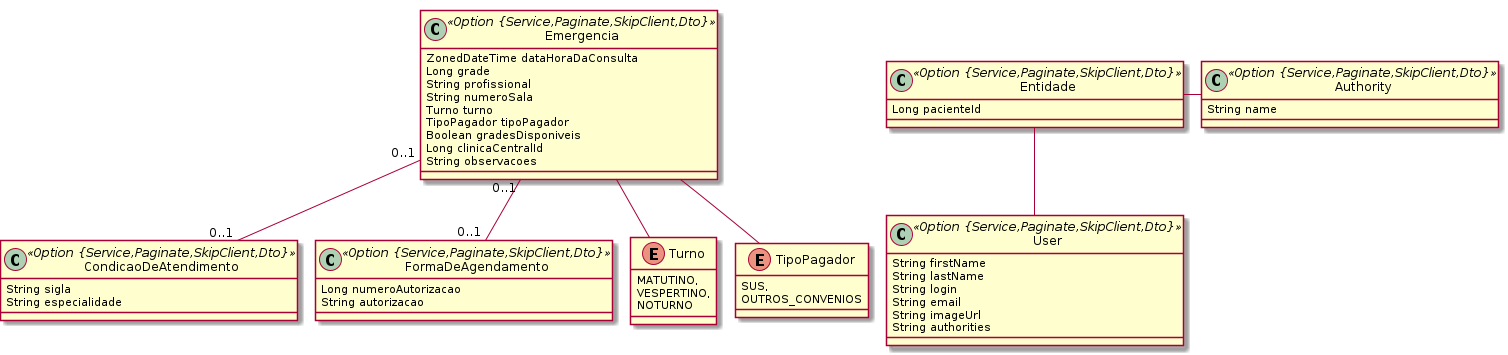
Before: consulta/emergencia.png, a diagram exported from PlantUML (BasisTI/madre).
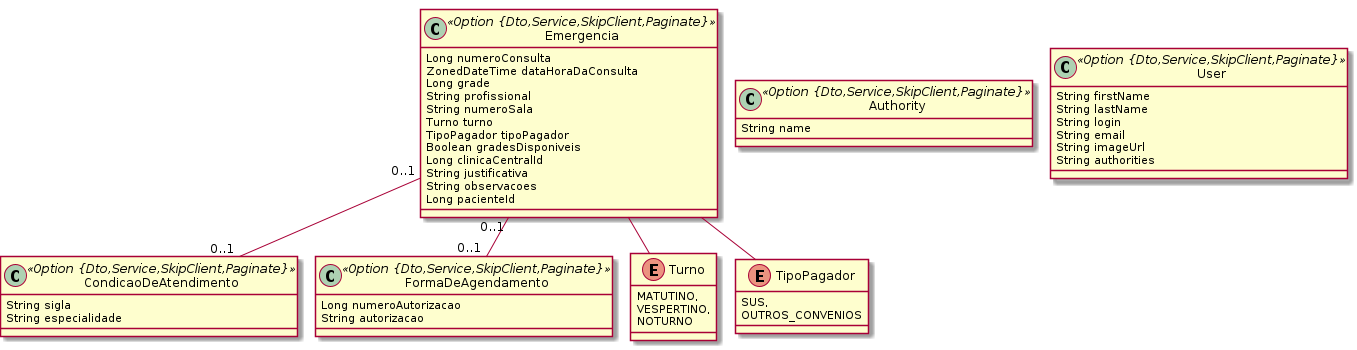
The same file after the commit.

Change to the diagram source:
```diff
@@ -3,7 +3,8 @@
 	!pragma syntax class
 	Emergencia  "0..1 " -- "0..1 "  CondicaoDeAtendimento
 	Emergencia  "0..1 " -- "0..1 "  FormaDeAgendamento
-	class Emergencia <<Option {Service,Paginate,SkipClient,Dto}>> {
+	class Emergencia <<Option {Dto,Service,SkipClient,Paginate}>> {
+		Long numeroConsulta
 		ZonedDateTime dataHoraDaConsulta
 		Long grade
 		String profissional
@@ -12,20 +13,19 @@
 		TipoPagador tipoPagador
 		Boolean gradesDisponiveis
 		Long clinicaCentralId
+		String justificativa
 		String observacoes
+		Long pacienteId
 	}
 	Emergencia ..> Turno
 	Emergencia ..> TipoPagador
-	class CondicaoDeAtendimento <<Option {Service,Paginate,SkipClient,Dto}>> {
+	class CondicaoDeAtendimento <<Option {Dto,Service,SkipClient,Paginate}>> {
 		String sigla
 		String especialidade
 	}
-	class FormaDeAgendamento <<Option {Service,Paginate,SkipClient,Dto}>> {
+	class FormaDeAgendamento <<Option {Dto,Service,SkipClient,Paginate}>> {
 		Long numeroAutorizacao
 		String autorizacao
-	}
-	class Entidade <<Option {Service,Paginate,SkipClient,Dto}>> {
-		Long pacienteId
 	}
 	enum TipoPagador {
 		SUS,
@@ -36,10 +36,10 @@
 		VESPERTINO,
 		NOTURNO
 	}
-	class Authority <<Option {Service,Paginate,SkipClient,Dto}>> {
+	class Authority <<Option {Dto,Service,SkipClient,Paginate}>> {
 		String name
 	}
-	class User <<Option {Service,Paginate,SkipClient,Dto}>> {
+	class User <<Option {Dto,Service,SkipClient,Paginate}>> {
 		String firstName
 		String lastName
 		String login
```
